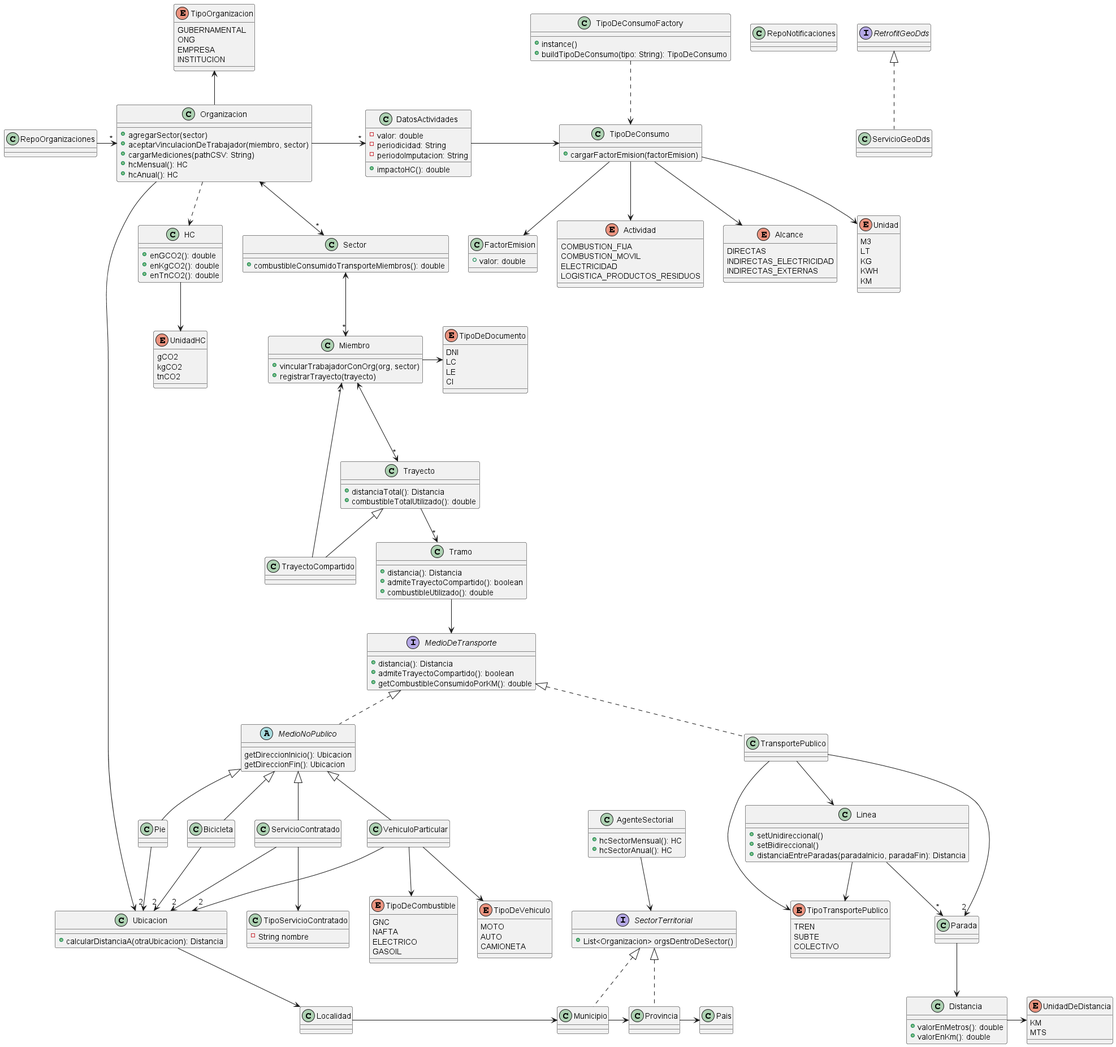
Earlier version of the PlantUML export out/diagrama-de-clases/nuevo_diagrama.png (julian-salinas/dds-2022).
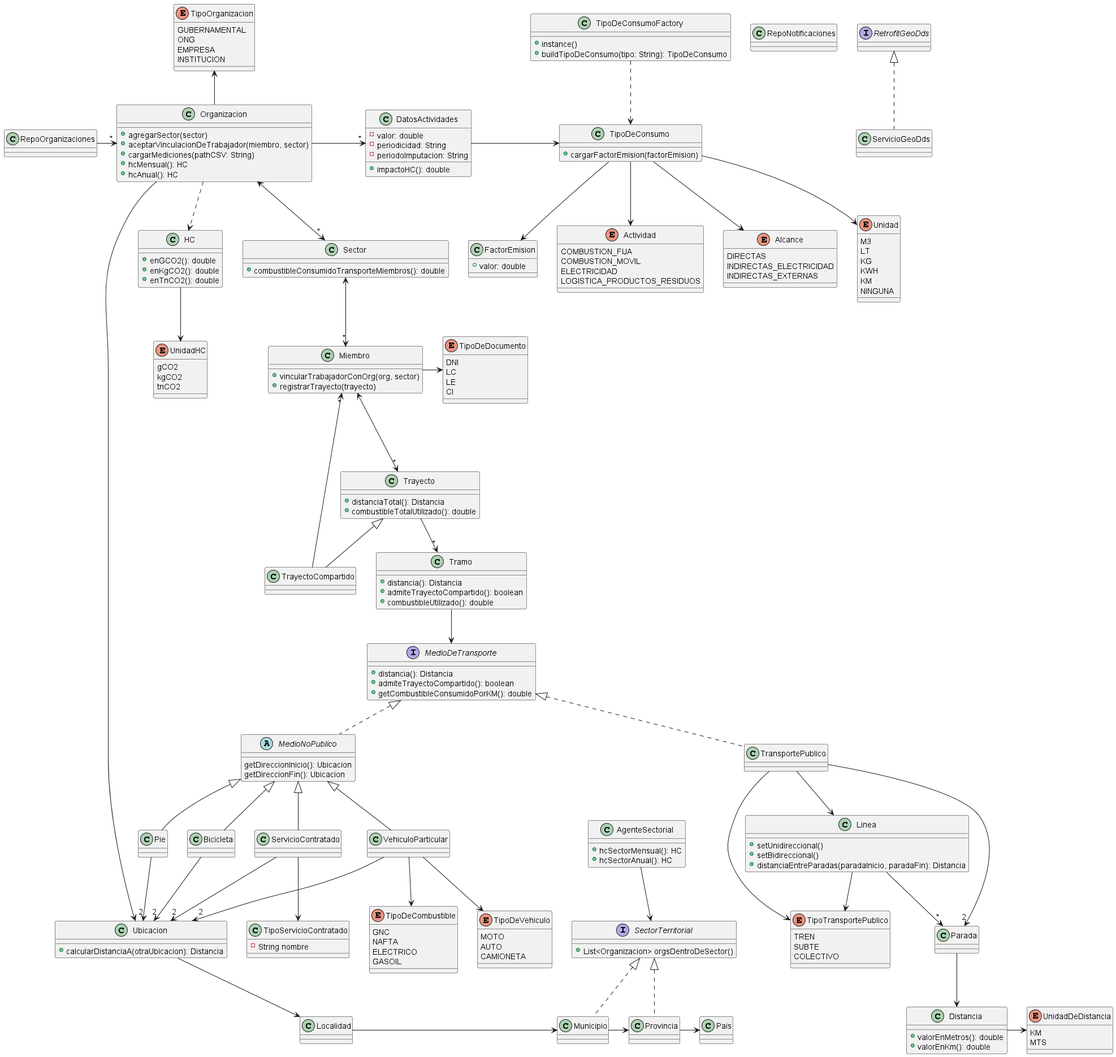
Above is the later version.

Change to the diagram source:
```diff
@@ -175,6 +175,7 @@
   KG
   KWH
   KM
+  NINGUNA
 }
 
 class FactorEmision {
```
